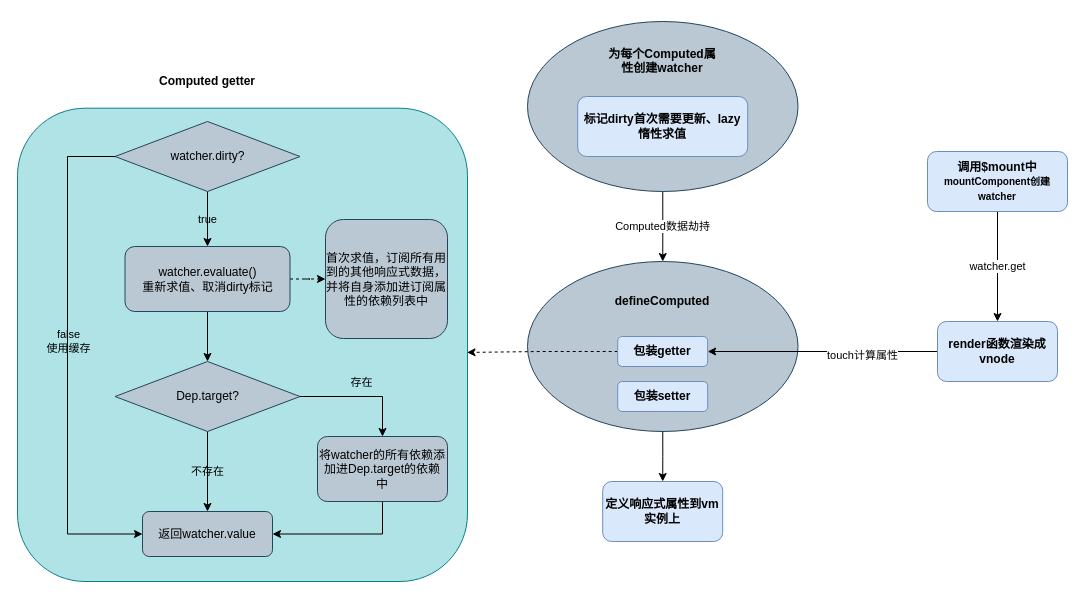
Earlier version of the draw.io diagram 未命名绘图.drawio (5102a/Drawing-Board-Canvas). Source tidied: cells renumbered, new cells numbered last; positions are measured from the earlier drawing's top-left corner, leaving out a move shared by most shapes. Both pictures are drawn from the tidied source at 100%, with x=0, y=0 at pixel (17, 21).
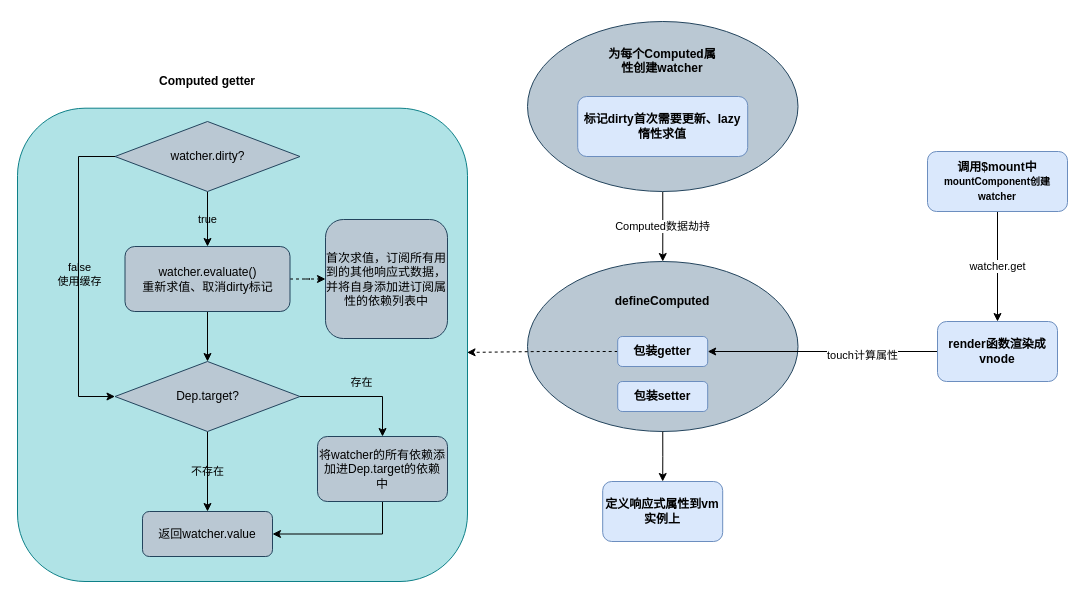
After the change.

Commit message (it also covers changes not shown here):
更新未命名绘图.drawio

The change refers to these unchanged cells:
```xml
<mxCell id="22" value="watcher.dirty?" style="rhombus;whiteSpace=wrap;html=1;fillColor=#bac8d3;strokeColor=#23445d;" parent="1" vertex="1">
  <mxGeometry x="97.5" y="100" width="185" height="70" as="geometry" />
</mxCell>
<mxCell id="29" value="Dep.target?" style="rhombus;whiteSpace=wrap;html=1;fillColor=#bac8d3;strokeColor=#23445d;" parent="1" vertex="1">
  <mxGeometry x="97.5" y="340" width="185" height="70" as="geometry" />
</mxCell>
<mxCell id="31" value="返回watcher.value" style="rounded=1;whiteSpace=wrap;html=1;fillColor=#bac8d3;strokeColor=#23445d;" parent="1" vertex="1">
  <mxGeometry x="125" y="490" width="130" height="45" as="geometry" />
</mxCell>
```

What changed in the source:
```diff
@@
-    <mxCell id="20" style="edgeStyle=orthogonalEdgeStyle;rounded=0;jettySize=auto;html=1;labelBackgroundColor=none;entryX=0;entryY=0.5;entryDx=0;entryDy=0;" parent="1" edge="1" source="22" target="31">
+    <mxCell id="20" style="edgeStyle=orthogonalEdgeStyle;rounded=0;jettySize=auto;html=1;labelBackgroundColor=none;entryX=0;entryY=0.5;entryDx=0;entryDy=0;" parent="1" edge="1" source="22" target="29">
       <mxGeometry relative="1" as="geometry">
         <Array as="points">
-          <mxPoint x="50" y="135" />
-          <mxPoint x="50" y="513" />
-          <mxPoint x="125" y="513" />
+          <mxPoint x="61" y="135" />
+          <mxPoint x="61" y="375" />
         </Array>
       </mxGeometry>
     </mxCell>
```
